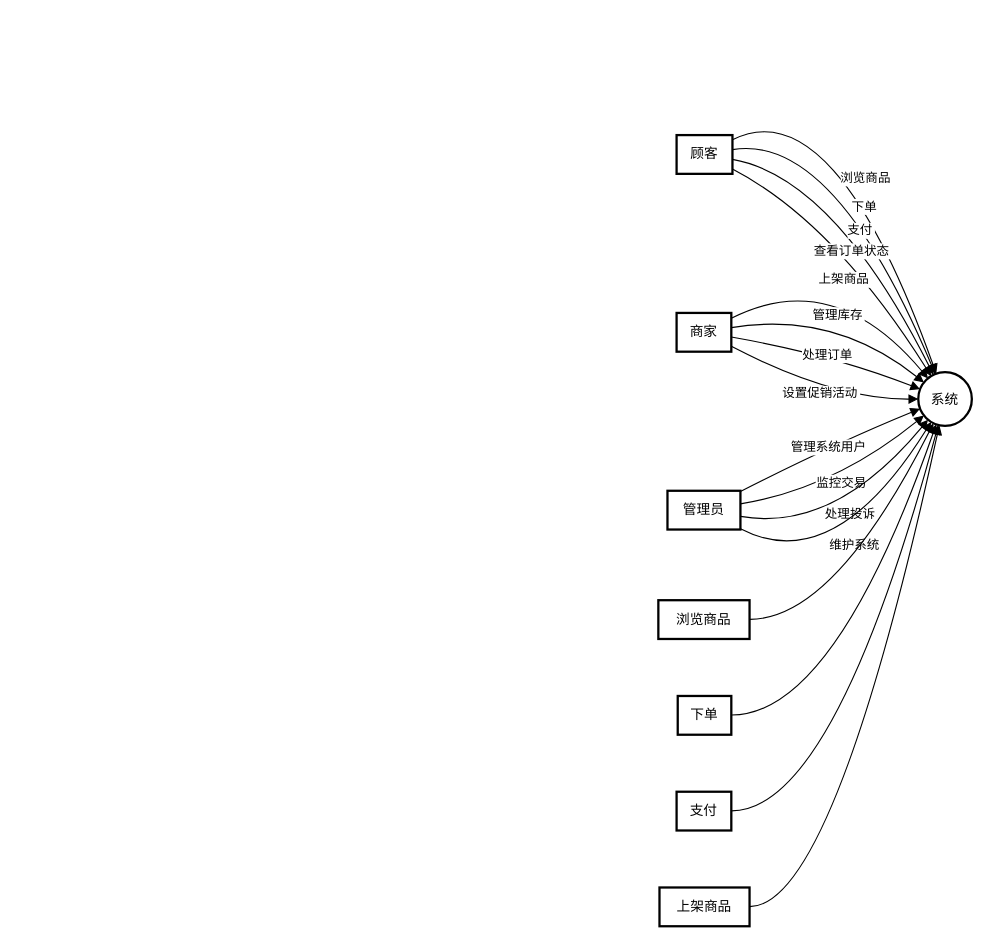
Before: 未命名绘图.drawio in Marcistm/api, a draw.io diagram. Source tidied: cells renumbered, new cells numbered last; positions are measured from the earlier drawing's top-left corner, leaving out a move shared by most shapes. Both pictures are drawn from the tidied source at 114%, with x=0, y=0 at pixel (658, 88).
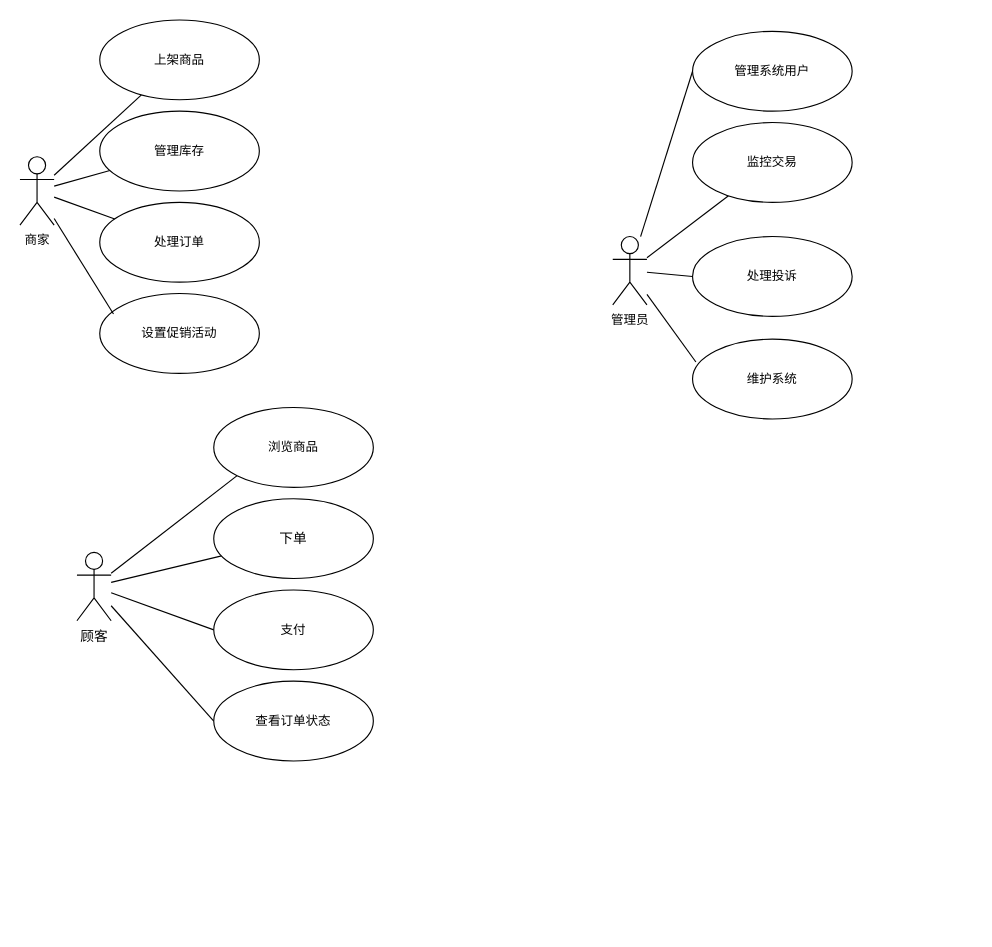
Above is the later version.

Commit message:
更新未命名绘图.drawio

What changed in the source:
```diff
@@
+    <mxCell id="26" style="rounded=0;jettySize=auto;html=1;endArrow=none;endFill=0;" parent="1" edge="1" source="2" target="30">
+      <mxGeometry relative="1" as="geometry" />
+    </mxCell>
+    <mxCell id="27" style="edgeStyle=none;shape=connector;rounded=0;jettySize=auto;html=1;entryX=0;entryY=0.5;entryDx=0;entryDy=0;labelBackgroundColor=default;strokeColor=default;align=center;verticalAlign=middle;fontFamily=Helvetica;fontSize=11;fontColor=default;endArrow=none;endFill=0;" parent="1" edge="1" source="2" target="31">
+      <mxGeometry relative="1" as="geometry" />
+    </mxCell>
+    <mxCell id="28" style="edgeStyle=none;shape=connector;rounded=0;jettySize=auto;html=1;entryX=0;entryY=1;entryDx=0;entryDy=0;labelBackgroundColor=default;strokeColor=default;align=center;verticalAlign=middle;fontFamily=Helvetica;fontSize=11;fontColor=default;endArrow=none;endFill=0;" parent="1" edge="1" source="2" target="32">
+      <mxGeometry relative="1" as="geometry" />
+    </mxCell>
+    <mxCell id="29" style="edgeStyle=none;shape=connector;rounded=0;jettySize=auto;html=1;entryX=0;entryY=0.5;entryDx=0;entryDy=0;labelBackgroundColor=default;strokeColor=default;align=center;verticalAlign=middle;fontFamily=Helvetica;fontSize=11;fontColor=default;endArrow=none;endFill=0;" parent="1" edge="1" source="2" target="13">
+      <mxGeometry relative="1" as="geometry" />
+    </mxCell>
-    <mxCell id="2" value="顾客" style="whiteSpace=wrap;strokeWidth=2;" parent="1" vertex="1">
-      <mxGeometry x="16" y="41" width="49" height="34" as="geometry" />
+    <mxCell id="2" value="顾客" style="shape=umlActor;verticalLabelPosition=bottom;verticalAlign=top;html=1;outlineConnect=0;" parent="1" vertex="1">
+      <mxGeometry x="-510" y="407" width="30" height="60" as="geometry" />
     </mxCell>
-    <mxCell id="3" value="系统" style="ellipse;strokeWidth=2;whiteSpace=wrap;" parent="1" vertex="1">
-      <mxGeometry x="228" y="249" width="47" height="47" as="geometry" />
-    </mxCell>
+    <mxCell id="30" value="下单" style="ellipse;whiteSpace=wrap;html=1;" parent="1" vertex="1">
+      <mxGeometry x="-390" y="360" width="140" height="70" as="geometry" />
+    </mxCell>
+    <mxCell id="31" value="支付" style="ellipse;whiteSpace=wrap;html=1;fontFamily=Helvetica;fontSize=11;fontColor=default;" parent="1" vertex="1">
+      <mxGeometry x="-390" y="440" width="140" height="70" as="geometry" />
+    </mxCell>
+    <mxCell id="32" value="浏览商品" style="ellipse;whiteSpace=wrap;html=1;fontFamily=Helvetica;fontSize=11;fontColor=default;" parent="1" vertex="1">
+      <mxGeometry x="-390" y="280" width="140" height="70" as="geometry" />
+    </mxCell>
+    <mxCell id="13" value="查看订单状态" style="ellipse;whiteSpace=wrap;html=1;fontFamily=Helvetica;fontSize=11;fontColor=default;" parent="1" vertex="1">
+      <mxGeometry x="-390" y="520" width="140" height="70" as="geometry" />
+    </mxCell>
+    <mxCell id="33" style="edgeStyle=none;shape=connector;rounded=0;jettySize=auto;html=1;labelBackgroundColor=default;strokeColor=default;align=center;verticalAlign=middle;fontFamily=Helvetica;fontSize=11;fontColor=default;endArrow=none;endFill=0;" parent="1" edge="1" source="4" target="36">
+      <mxGeometry relative="1" as="geometry" />
+    </mxCell>
+    <mxCell id="34" style="edgeStyle=none;shape=connector;rounded=0;jettySize=auto;html=1;labelBackgroundColor=default;strokeColor=default;align=center;verticalAlign=middle;fontFamily=Helvetica;fontSize=11;fontColor=default;endArrow=none;endFill=0;" parent="1" edge="1" source="4" target="15">
+      <mxGeometry relative="1" as="geometry" />
+    </mxCell>
+    <mxCell id="35" style="edgeStyle=none;shape=connector;rounded=0;jettySize=auto;html=1;labelBackgroundColor=default;strokeColor=default;align=center;verticalAlign=middle;fontFamily=Helvetica;fontSize=11;fontColor=default;endArrow=none;endFill=0;" parent="1" edge="1" source="4" target="16">
+      <mxGeometry relative="1" as="geometry" />
+    </mxCell>
-    <mxCell id="4" value="商家" style="whiteSpace=wrap;strokeWidth=2;" parent="1" vertex="1">
-      <mxGeometry x="16" y="197" width="48" height="34" as="geometry" />
+    <mxCell id="4" value="商家" style="shape=umlActor;verticalLabelPosition=bottom;verticalAlign=top;html=1;fontFamily=Helvetica;fontSize=11;fontColor=default;" parent="1" vertex="1">
+      <mxGeometry x="-560" y="60" width="30" height="60" as="geometry" />
     </mxCell>
+    <mxCell id="15" value="管理库存" style="ellipse;whiteSpace=wrap;html=1;fontFamily=Helvetica;fontSize=11;fontColor=default;" parent="1" vertex="1">
+      <mxGeometry x="-490" y="20" width="140" height="70" as="geometry" />
+    </mxCell>
+    <mxCell id="17" value="设置促销活动" style="ellipse;whiteSpace=wrap;html=1;fontFamily=Helvetica;fontSize=11;fontColor=default;" parent="1" vertex="1">
+      <mxGeometry x="-490" y="180" width="140" height="70" as="geometry" />
+    </mxCell>
+    <mxCell id="36" value="上架商品" style="ellipse;whiteSpace=wrap;html=1;fontFamily=Helvetica;fontSize=11;fontColor=default;" parent="1" vertex="1">
+      <mxGeometry x="-490" y="-60" width="140" height="70" as="geometry" />
+    </mxCell>
+    <mxCell id="16" value="处理订单" style="ellipse;whiteSpace=wrap;html=1;fontFamily=Helvetica;fontSize=11;fontColor=default;" parent="1" vertex="1">
+      <mxGeometry x="-490" y="100" width="140" height="70" as="geometry" />
+    </mxCell>
+    <mxCell id="37" style="edgeStyle=none;shape=connector;rounded=0;jettySize=auto;html=1;entryX=0;entryY=0.5;entryDx=0;entryDy=0;labelBackgroundColor=default;strokeColor=default;align=center;verticalAlign=middle;fontFamily=Helvetica;fontSize=11;fontColor=default;endArrow=none;endFill=0;" parent="1" edge="1" source="5" target="18">
+      <mxGeometry relative="1" as="geometry" />
+    </mxCell>
+    <mxCell id="38" style="edgeStyle=none;shape=connector;rounded=0;jettySize=auto;html=1;labelBackgroundColor=default;strokeColor=default;align=center;verticalAlign=middle;fontFamily=Helvetica;fontSize=11;fontColor=default;endArrow=none;endFill=0;" parent="1" edge="1" source="5" target="19">
+      <mxGeometry relative="1" as="geometry" />
+    </mxCell>
+    <mxCell id="39" style="edgeStyle=none;shape=connector;rounded=0;jettySize=auto;html=1;entryX=0;entryY=0.5;entryDx=0;entryDy=0;labelBackgroundColor=default;strokeColor=default;align=center;verticalAlign=middle;fontFamily=Helvetica;fontSize=11;fontColor=default;endArrow=none;endFill=0;" parent="1" edge="1" source="5" target="20">
+      <mxGeometry relative="1" as="geometry" />
+    </mxCell>
-    <mxCell id="5" value="管理员" style="whiteSpace=wrap;strokeWidth=2;" parent="1" vertex="1">
-      <mxGeometry x="8" y="353" width="64" height="34" as="geometry" />
+    <mxCell id="5" value="管理员" style="shape=umlActor;verticalLabelPosition=bottom;verticalAlign=top;html=1;fontFamily=Helvetica;fontSize=11;fontColor=default;" parent="1" vertex="1">
+      <mxGeometry x="-40" y="130" width="30" height="60" as="geometry" />
     </mxCell>
-    <mxCell id="6" value="浏览商品" style="whiteSpace=wrap;strokeWidth=2;" parent="1" vertex="1">
-      <mxGeometry y="449" width="80" height="34" as="geometry" />
-    </mxCell>
-    <mxCell id="7" value="下单" style="whiteSpace=wrap;strokeWidth=2;" parent="1" vertex="1">
-      <mxGeometry x="17" y="533" width="47" height="34" as="geometry" />
-    </mxCell>
-    <mxCell id="8" value="支付" style="whiteSpace=wrap;strokeWidth=2;" parent="1" vertex="1">
-      <mxGeometry x="16" y="617" width="48" height="34" as="geometry" />
-    </mxCell>
-    <mxCell id="9" value="上架商品" style="whiteSpace=wrap;strokeWidth=2;" parent="1" vertex="1">
-      <mxGeometry x="1" y="701" width="79" height="34" as="geometry" />
-    </mxCell>
-    <mxCell id="10" value="浏览商品" style="curved=1;startArrow=none;endArrow=block;exitX=0.9897959183673469;exitY=0.1302244582043344;entryX=0.3214285714285715;entryY=0;" parent="1" edge="1" source="2" target="3">
-      <mxGeometry relative="1" as="geometry">
-        <Array as="points">
-          <mxPoint x="154" />
-        </Array>
-      </mxGeometry>
-    </mxCell>
-    <mxCell id="11" value="下单" style="curved=1;startArrow=none;endArrow=block;exitX=0.9897959183673469;exitY=0.3767414860681114;entryX=0.29166666666666685;entryY=0;" parent="1" edge="1" source="2" target="3">
-      <mxGeometry relative="1" as="geometry">
-        <Array as="points">
-          <mxPoint x="154" y="39" />
-        </Array>
-      </mxGeometry>
-    </mxCell>
-    <mxCell id="12" value="支付" style="curved=1;startArrow=none;endArrow=block;exitX=0.9897959183673469;exitY=0.6232585139318884;entryX=0.25;entryY=0;" parent="1" edge="1" source="2" target="3">
-      <mxGeometry relative="1" as="geometry">
-        <Array as="points">
-          <mxPoint x="154" y="78" />
-        </Array>
-      </mxGeometry>
-    </mxCell>
-    <mxCell id="13" value="查看订单状态" style="curved=1;startArrow=none;endArrow=block;exitX=0.9897959183673469;exitY=0.8697755417956656;entryX=0.1875;entryY=0;" parent="1" edge="1" source="2" target="3">
-      <mxGeometry relative="1" as="geometry">
-        <Array as="points">
-          <mxPoint x="154" y="117" />
-        </Array>
-      </mxGeometry>
-    </mxCell>
-    <mxCell id="14" value="上架商品" style="curved=1;startArrow=none;endArrow=block;exitX=1;exitY=0.13777089783281707;entryX=0.08333333333333313;entryY=0;" parent="1" edge="1" source="4" target="3">
-      <mxGeometry relative="1" as="geometry">
-        <Array as="points">
-          <mxPoint x="154" y="156" />
-        </Array>
-      </mxGeometry>
-    </mxCell>
-    <mxCell id="15" value="管理库存" style="curved=1;startArrow=none;endArrow=block;exitX=1;exitY=0.3792569659442724;entryX=0;entryY=0.09999999999999976;" parent="1" edge="1" source="4" target="3">
-      <mxGeometry relative="1" as="geometry">
-        <Array as="points">
-          <mxPoint x="154" y="195" />
-        </Array>
-      </mxGeometry>
-    </mxCell>
-    <mxCell id="16" value="处理订单" style="curved=1;startArrow=none;endArrow=block;exitX=1;exitY=0.6207430340557276;entryX=0;entryY=0.3000000000000005;" parent="1" edge="1" source="4" target="3">
-      <mxGeometry relative="1" as="geometry">
-        <Array as="points">
-          <mxPoint x="154" y="234" />
-        </Array>
-      </mxGeometry>
-    </mxCell>
-    <mxCell id="17" value="设置促销活动" style="curved=1;startArrow=none;endArrow=block;exitX=1;exitY=0.862229102167183;entryX=0;entryY=0.5;" parent="1" edge="1" source="4" target="3">
-      <mxGeometry relative="1" as="geometry">
-        <Array as="points">
-          <mxPoint x="154" y="273" />
-        </Array>
-      </mxGeometry>
-    </mxCell>
-    <mxCell id="18" value="管理系统用户" style="curved=1;startArrow=none;endArrow=block;exitX=1;exitY=0.01702786377708943;entryX=0;entryY=0.6999999999999995;" parent="1" edge="1" source="5" target="3">
-      <mxGeometry relative="1" as="geometry">
-        <Array as="points">
-          <mxPoint x="154" y="312" />
-        </Array>
-      </mxGeometry>
-    </mxCell>
-    <mxCell id="19" value="监控交易" style="curved=1;startArrow=none;endArrow=block;exitX=1;exitY=0.339009287925697;entryX=0;entryY=0.9000000000000002;" parent="1" edge="1" source="5" target="3">
-      <mxGeometry relative="1" as="geometry">
-        <Array as="points">
-          <mxPoint x="154" y="351" />
-        </Array>
-      </mxGeometry>
+    <mxCell id="19" value="监控交易" style="ellipse;whiteSpace=wrap;html=1;fontFamily=Helvetica;fontSize=11;fontColor=default;" parent="1" vertex="1">
+      <mxGeometry x="30" y="30" width="140" height="70" as="geometry" />
     </mxCell>
-    <mxCell id="20" value="处理投诉" style="curved=1;startArrow=none;endArrow=block;exitX=1;exitY=0.6609907120743029;entryX=0.08333333333333313;entryY=1;" parent="1" edge="1" source="5" target="3">
-      <mxGeometry relative="1" as="geometry">
-        <Array as="points">
-          <mxPoint x="154" y="390" />
-        </Array>
-      </mxGeometry>
+    <mxCell id="20" value="处理投诉" style="ellipse;whiteSpace=wrap;html=1;fontFamily=Helvetica;fontSize=11;fontColor=default;" parent="1" vertex="1">
+      <mxGeometry x="30" y="130" width="140" height="70" as="geometry" />
     </mxCell>
-    <mxCell id="21" value="维护系统" style="curved=1;startArrow=none;endArrow=block;exitX=1;exitY=0.9829721362229106;entryX=0.1875;entryY=1;" parent="1" edge="1" source="5" target="3">
-      <mxGeometry relative="1" as="geometry">
-        <Array as="points">
-          <mxPoint x="154" y="429" />
-        </Array>
-      </mxGeometry>
+    <mxCell id="21" value="维护系统" style="ellipse;whiteSpace=wrap;html=1;fontFamily=Helvetica;fontSize=11;fontColor=default;" parent="1" vertex="1">
+      <mxGeometry x="30" y="220" width="140" height="70" as="geometry" />
     </mxCell>
-    <mxCell id="22" style="curved=1;startArrow=none;endArrow=block;exitX=1;exitY=0.49264705882352944;entryX=0.24773609314359618;entryY=1;" parent="1" edge="1" source="6" target="3">
-      <mxGeometry relative="1" as="geometry">
-        <Array as="points">
-          <mxPoint x="154" y="466" />
-        </Array>
-      </mxGeometry>
-    </mxCell>
-    <mxCell id="23" style="curved=1;startArrow=none;endArrow=block;exitX=0.9893617021276596;exitY=0.49264705882352944;entryX=0.32416591523895383;entryY=1;" parent="1" edge="1" source="7" target="3">
-      <mxGeometry relative="1" as="geometry">
-        <Array as="points">
-          <mxPoint x="154" y="550" />
-        </Array>
-      </mxGeometry>
-    </mxCell>
-    <mxCell id="24" style="curved=1;startArrow=none;endArrow=block;exitX=1;exitY=0.49264705882352944;entryX=0.3650519031141871;entryY=1;" parent="1" edge="1" source="8" target="3">
-      <mxGeometry relative="1" as="geometry">
-        <Array as="points">
-          <mxPoint x="154" y="634" />
-        </Array>
-      </mxGeometry>
-    </mxCell>
-    <mxCell id="25" style="curved=1;startArrow=none;endArrow=block;exitX=0.9936708860759493;exitY=0.49264705882352944;entryX=0.3905109489051095;entryY=1;" parent="1" edge="1" source="9" target="3">
-      <mxGeometry relative="1" as="geometry">
-        <Array as="points">
-          <mxPoint x="154" y="718" />
-        </Array>
-      </mxGeometry>
-    </mxCell>
+    <mxCell id="18" value="管理系统用户" style="ellipse;whiteSpace=wrap;html=1;fontFamily=Helvetica;fontSize=11;fontColor=default;" parent="1" vertex="1">
+      <mxGeometry x="30" y="-50" width="140" height="70" as="geometry" />
+    </mxCell>
+    <mxCell id="40" style="edgeStyle=none;shape=connector;rounded=0;jettySize=auto;html=1;entryX=0.021;entryY=0.286;entryDx=0;entryDy=0;entryPerimeter=0;labelBackgroundColor=default;strokeColor=default;align=center;verticalAlign=middle;fontFamily=Helvetica;fontSize=11;fontColor=default;endArrow=none;endFill=0;" parent="1" edge="1" source="5" target="21">
+      <mxGeometry relative="1" as="geometry" />
+    </mxCell>
+    <mxCell id="41" style="edgeStyle=none;shape=connector;rounded=0;jettySize=auto;html=1;entryX=0.086;entryY=0.257;entryDx=0;entryDy=0;entryPerimeter=0;labelBackgroundColor=default;strokeColor=default;align=center;verticalAlign=middle;fontFamily=Helvetica;fontSize=11;fontColor=default;endArrow=none;endFill=0;" parent="1" edge="1" source="4" target="17">
+      <mxGeometry relative="1" as="geometry" />
+    </mxCell>
```
